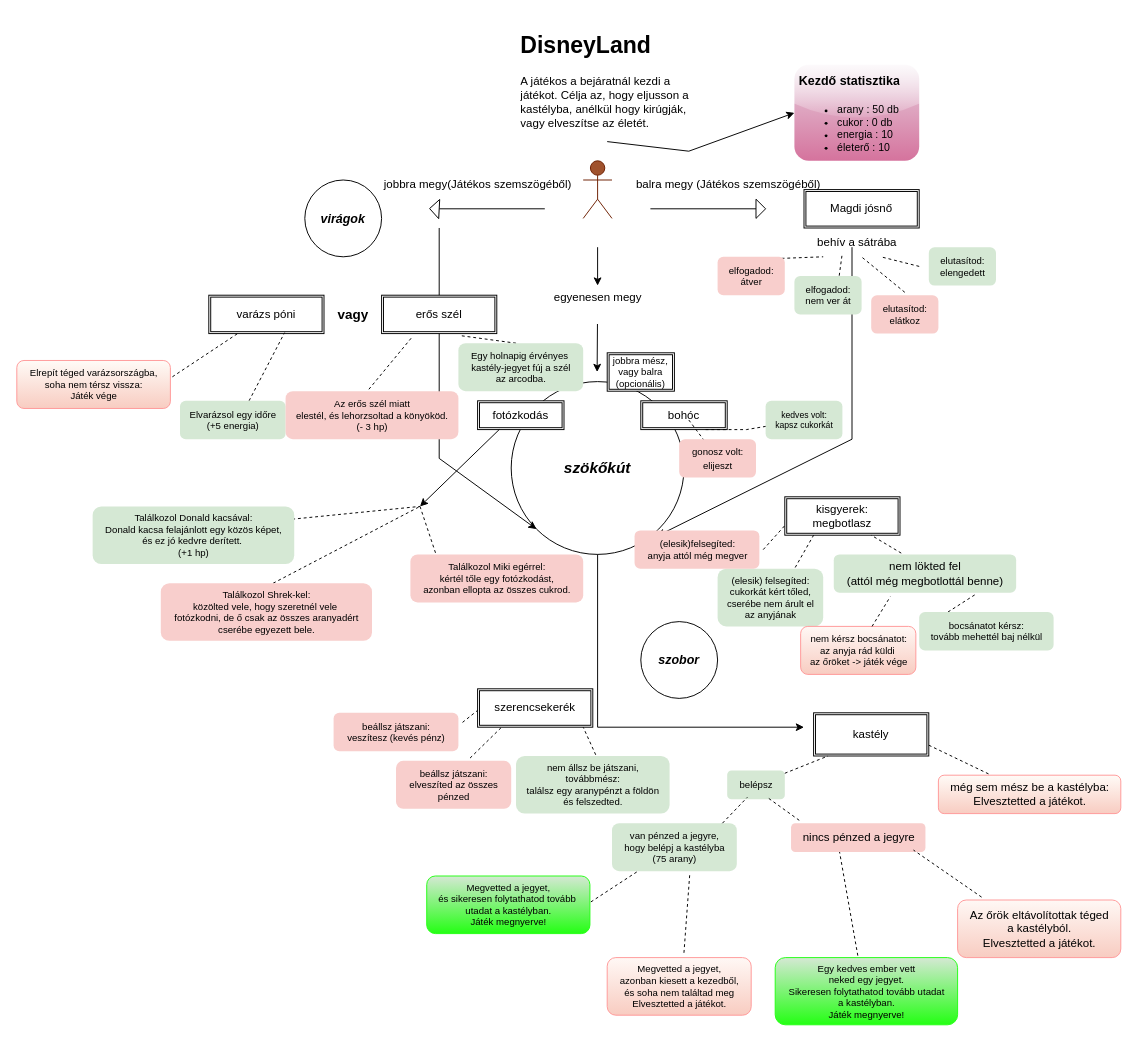
Earlier version of the draw.io diagram vazlat .drawio (mezeirenata/disney). Source tidied: cells renumbered, new cells numbered last; positions are measured from the earlier drawing's top-left corner, leaving out a move shared by most shapes. Both pictures are drawn from the tidied source at 96%, with x=0, y=0 at pixel (16, 26).
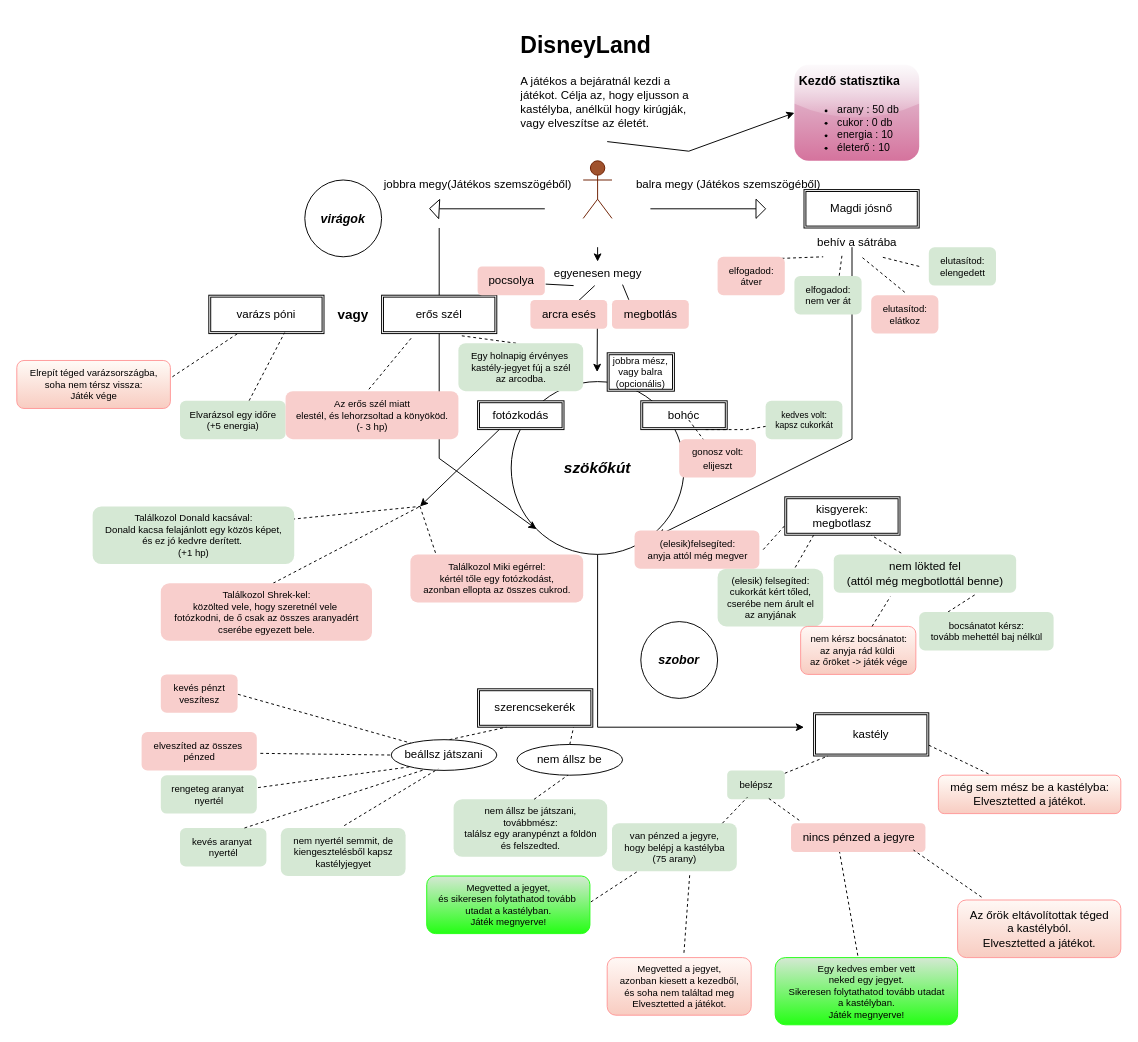
Above is the later version.

Unchanged cells that the change refers to:
```xml
<mxCell id="15" value="szerencsekerék" style="shape=ext;double=1;rounded=0;whiteSpace=wrap;html=1;" parent="1" vertex="1">
  <mxGeometry x="480" y="690" width="120" height="40" as="geometry" />
</mxCell>
```

Diff of the diagram source:
```diff
@@
     <mxCell id="25" value="&lt;div&gt;egyenesen megy&lt;/div&gt;&lt;div&gt;&lt;br&gt;&lt;/div&gt;" style="text;html=1;align=center;verticalAlign=middle;points=[];strokeColor=none;fillColor=none;" parent="1" vertex="1">
-      <mxGeometry x="545" y="270" width="120" height="40" as="geometry" />
+      <mxGeometry x="545" y="245" width="120" height="40" as="geometry" />
     </mxCell>
@@
-    <mxCell id="48" value="beállsz játszani:&lt;br style=&quot;font-size: 10px;&quot;&gt;veszítesz (kevés pénz)" style="text;html=1;align=center;verticalAlign=middle;points=[];strokeColor=none;fillColor=#f8cecc;fontSize=10;rounded=1;" parent="1" vertex="1">
-      <mxGeometry x="330" y="715" width="130" height="40" as="geometry" />
+    <mxCell id="48" value="kevés pénzt&lt;br&gt;veszítesz" style="text;html=1;align=center;verticalAlign=middle;points=[];strokeColor=none;fillColor=#f8cecc;fontSize=10;rounded=1;" parent="1" vertex="1">
+      <mxGeometry x="150" y="675" width="80" height="40" as="geometry" />
     </mxCell>
-    <mxCell id="49" value="beállsz játszani:&lt;br style=&quot;font-size: 10px;&quot;&gt;elveszíted az összes&lt;br style=&quot;font-size: 10px;&quot;&gt;pénzed" style="text;html=1;align=center;verticalAlign=middle;points=[];strokeColor=none;fillColor=#f8cecc;fontSize=10;rounded=1;" parent="1" vertex="1">
-      <mxGeometry x="395" y="765" width="120" height="50" as="geometry" />
+    <mxCell id="49" value="elveszíted az összes&amp;nbsp;&lt;br&gt;pénzed" style="text;html=1;align=center;verticalAlign=middle;points=[];strokeColor=none;fillColor=#f8cecc;fontSize=10;rounded=1;" parent="1" vertex="1">
+      <mxGeometry x="130" y="735" width="120" height="40" as="geometry" />
     </mxCell>
     <mxCell id="50" value="nem állsz be játszani,&lt;br style=&quot;font-size: 10px;&quot;&gt;továbbmész:&lt;br style=&quot;font-size: 10px;&quot;&gt;találsz egy aranypénzt a földön&lt;br style=&quot;font-size: 10px;&quot;&gt;és felszedted." style="text;html=1;align=center;verticalAlign=middle;points=[];strokeColor=none;fillColor=#d5e8d4;fontSize=10;rounded=1;" parent="1" vertex="1">
-      <mxGeometry x="520" y="760" width="160" height="60" as="geometry" />
+      <mxGeometry x="455" y="805" width="160" height="60" as="geometry" />
     </mxCell>
-    <mxCell id="51" style="endArrow=none;dashed=1;html=1;rounded=0;exitX=1.033;exitY=0.25;exitDx=0;exitDy=0;exitPerimeter=0;" parent="1" edge="1" source="48">
-      <mxGeometry relative="1" as="geometry">
-        <mxPoint x="480" y="712.5" as="targetPoint" />
-      </mxGeometry>
+    <mxCell id="51" style="endArrow=none;dashed=1;html=1;rounded=0;exitX=1.005;exitY=0.518;exitDx=0;exitDy=0;exitPerimeter=0;entryX=0.186;entryY=0.112;entryDx=0;entryDy=0;entryPerimeter=0;" parent="1" edge="1" source="48" target="100">
+      <mxGeometry relative="1" as="geometry" />
     </mxCell>
-    <mxCell id="52" style="endArrow=none;dashed=1;html=1;rounded=0;exitX=0.643;exitY=-0.057;exitDx=0;exitDy=0;exitPerimeter=0;" parent="1" edge="1" source="49">
-      <mxGeometry relative="1" as="geometry">
-        <mxPoint x="505" y="730" as="targetPoint" />
-      </mxGeometry>
+    <mxCell id="52" style="endArrow=none;dashed=1;html=1;rounded=0;entryX=0;entryY=0.5;entryDx=0;entryDy=0;exitX=1.031;exitY=0.556;exitDx=0;exitDy=0;exitPerimeter=0;" parent="1" edge="1" source="49" target="100">
+      <mxGeometry relative="1" as="geometry" />
     </mxCell>
-    <mxCell id="53" style="endArrow=none;dashed=1;html=1;rounded=0;exitX=0.519;exitY=-0.021;exitDx=0;exitDy=0;exitPerimeter=0;" parent="1" edge="1" source="50">
-      <mxGeometry relative="1" as="geometry">
-        <mxPoint x="590" y="730" as="targetPoint" />
-      </mxGeometry>
+    <mxCell id="53" style="endArrow=none;dashed=1;html=1;rounded=0;exitX=0.5;exitY=0;exitDx=0;exitDy=0;entryX=0.833;entryY=1;entryDx=0;entryDy=0;entryPerimeter=0;" parent="1" edge="1" source="101" target="15">
+      <mxGeometry relative="1" as="geometry" />
     </mxCell>
@@
+    <mxCell id="93" style="endArrow=none;html=1;rounded=0;exitX=1.013;exitY=0.615;exitDx=0;exitDy=0;exitPerimeter=0;" parent="1" edge="1" source="96">
+      <mxGeometry relative="1" as="geometry">
+        <mxPoint x="580" y="270" as="targetPoint" />
+      </mxGeometry>
+    </mxCell>
+    <mxCell id="94" style="endArrow=none;html=1;rounded=0;exitX=0.625;exitY=0.032;exitDx=0;exitDy=0;exitPerimeter=0;" parent="1" edge="1" source="97">
+      <mxGeometry relative="1" as="geometry">
+        <mxPoint x="602" y="270" as="targetPoint" />
+      </mxGeometry>
+    </mxCell>
+    <mxCell id="95" style="endArrow=none;html=1;rounded=0;exitX=0.771;exitY=0.995;exitDx=0;exitDy=0;exitPerimeter=0;" parent="1" edge="1" source="25">
+      <mxGeometry relative="1" as="geometry">
+        <mxPoint x="631" y="269" as="targetPoint" />
+      </mxGeometry>
+    </mxCell>
+    <mxCell id="96" value="pocsolya" style="text;html=1;align=center;verticalAlign=middle;points=[];strokeColor=none;fillColor=#f8cecc;rounded=1;" parent="1" vertex="1">
+      <mxGeometry x="480" y="250" width="70" height="30" as="geometry" />
+    </mxCell>
+    <mxCell id="97" value="arcra esés" style="text;html=1;align=center;verticalAlign=middle;points=[];strokeColor=none;fillColor=#f8cecc;rounded=1;" parent="1" vertex="1">
+      <mxGeometry x="535" y="285" width="80" height="30" as="geometry" />
+    </mxCell>
+    <mxCell id="98" value="megbotlás" style="text;html=1;align=center;verticalAlign=middle;strokeColor=none;fillColor=#f8cecc;rounded=1;" parent="1" vertex="1">
+      <mxGeometry x="620" y="285" width="80" height="30" as="geometry" />
+    </mxCell>
+    <mxCell id="99" style="endArrow=none;dashed=1;html=1;rounded=0;entryX=0.25;entryY=1;entryDx=0;entryDy=0;exitX=0.445;exitY=0.08;exitDx=0;exitDy=0;exitPerimeter=0;" parent="1" edge="1" source="100" target="15">
+      <mxGeometry relative="1" as="geometry" />
+    </mxCell>
+    <mxCell id="100" value="beállsz játszani" style="ellipse;whiteSpace=wrap;html=1;" parent="1" vertex="1">
+      <mxGeometry x="390" y="743" width="110" height="32" as="geometry" />
+    </mxCell>
+    <mxCell id="101" value="nem állsz be" style="ellipse;whiteSpace=wrap;html=1;" parent="1" vertex="1">
+      <mxGeometry x="521" y="748" width="110" height="32" as="geometry" />
+    </mxCell>
+    <mxCell id="102" style="endArrow=none;dashed=1;html=1;rounded=0;exitX=0.524;exitY=0.002;exitDx=0;exitDy=0;exitPerimeter=0;" parent="1" edge="1" source="50">
+      <mxGeometry relative="1" as="geometry">
+        <mxPoint x="574" y="780" as="targetPoint" />
+      </mxGeometry>
+    </mxCell>
+    <mxCell id="103" value="rengeteg aranyat&amp;nbsp;&lt;br&gt;nyertél" style="text;html=1;align=center;verticalAlign=middle;points=[];strokeColor=none;fillColor=#d5e8d4;fontSize=10;rounded=1;" parent="1" vertex="1">
+      <mxGeometry x="150" y="780" width="100" height="40" as="geometry" />
+    </mxCell>
+    <mxCell id="104" style="endArrow=none;dashed=1;html=1;rounded=0;entryX=0.186;entryY=0.879;entryDx=0;entryDy=0;exitX=1.013;exitY=0.323;exitDx=0;exitDy=0;exitPerimeter=0;entryPerimeter=0;" parent="1" edge="1" source="103" target="100">
+      <mxGeometry relative="1" as="geometry" />
+    </mxCell>
+    <mxCell id="105" value="kevés aranyat&amp;nbsp;&lt;br&gt;nyertél" style="text;html=1;align=center;verticalAlign=middle;points=[];strokeColor=none;fillColor=#d5e8d4;fontSize=10;rounded=1;" parent="1" vertex="1">
+      <mxGeometry x="170" y="835" width="90" height="40" as="geometry" />
+    </mxCell>
+    <mxCell id="106" style="endArrow=none;dashed=1;html=1;rounded=0;entryX=0.305;entryY=0.987;entryDx=0;entryDy=0;exitX=0.746;exitY=0;exitDx=0;exitDy=0;exitPerimeter=0;entryPerimeter=0;" parent="1" edge="1" source="105" target="100">
+      <mxGeometry relative="1" as="geometry" />
+    </mxCell>
+    <mxCell id="107" value="nem nyertél semmit, de&lt;br&gt;kiengesztelésből kapsz&lt;br&gt;kastélyjegyet" style="text;html=1;align=center;verticalAlign=middle;points=[];strokeColor=none;fillColor=#d5e8d4;fontSize=10;rounded=1;" parent="1" vertex="1">
+      <mxGeometry x="275" y="835" width="130" height="50" as="geometry" />
+    </mxCell>
+    <mxCell id="108" style="endArrow=none;dashed=1;html=1;rounded=0;entryX=0.445;entryY=0.951;entryDx=0;entryDy=0;exitX=0.508;exitY=-0.049;exitDx=0;exitDy=0;exitPerimeter=0;entryPerimeter=0;" parent="1" edge="1" source="107" target="100">
+      <mxGeometry relative="1" as="geometry" />
+    </mxCell>
```
